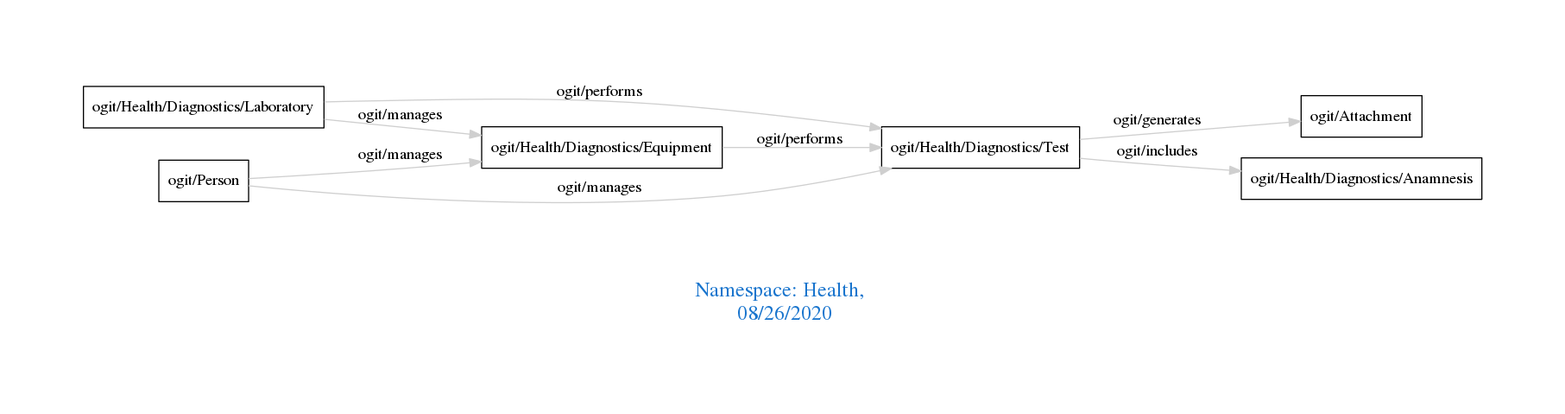
Before: downloads/Health.png, a diagram exported from Graphviz (arago/OGIT). Its source is kept beside it as downloads/Health.dot.
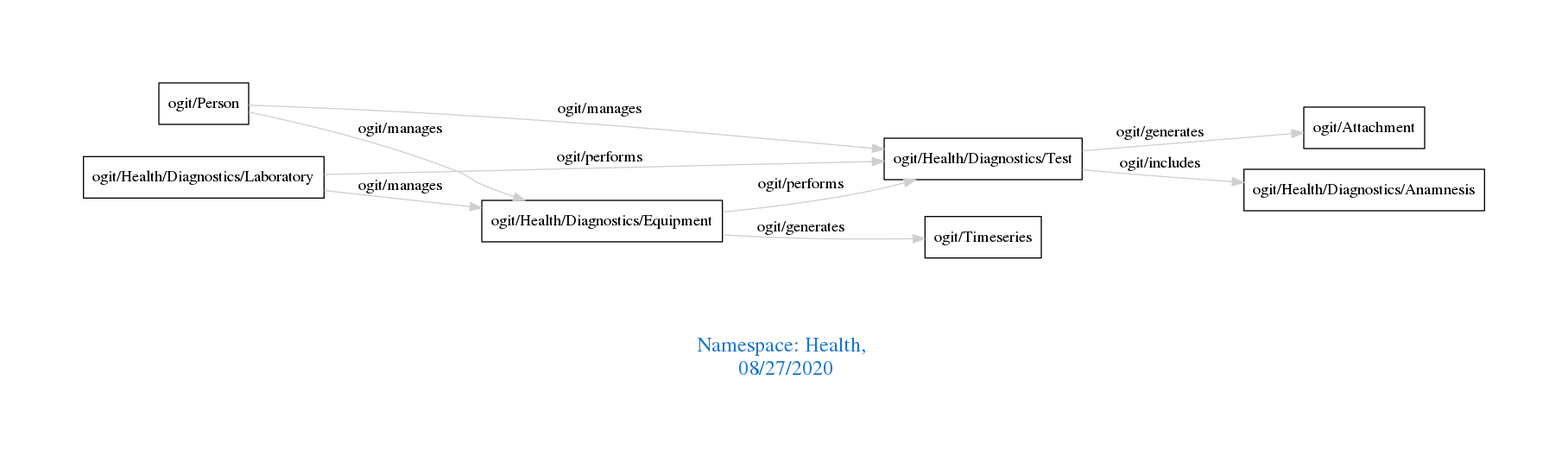
The same diagram one commit later.

What changed in the source:
```diff
@@ -1,13 +1,14 @@
 digraph OGIT_ontology {
  graph [ rankdir= LR,pad=1
 fontsize = 18,
-fontcolor= dodgerblue3,label = "\n\n\nNamespace: Health, \n 08/26/2020"];
+fontcolor= dodgerblue3,label = "\n\n\nNamespace: Health, \n 08/27/2020"];
 node[shape=polygon];
 edge [  color="gray81"];
 
    "ogit/Health/Diagnostics/Laboratory" -> "ogit/Health/Diagnostics/Equipment" [label="   ogit/manages    "];
    "ogit/Person" -> "ogit/Health/Diagnostics/Equipment" [label="   ogit/manages    "];
    "ogit/Person" -> "ogit/Health/Diagnostics/Test" [label="   ogit/manages    "];
+   "ogit/Health/Diagnostics/Equipment" -> "ogit/Timeseries" [label="   ogit/generates    "];
    "ogit/Health/Diagnostics/Test" -> "ogit/Attachment" [label="   ogit/generates    "];
    "ogit/Health/Diagnostics/Test" -> "ogit/Health/Diagnostics/Anamnesis" [label="   ogit/includes    "];
    "ogit/Health/Diagnostics/Equipment" -> "ogit/Health/Diagnostics/Test" [label="   ogit/performs    "];
```
